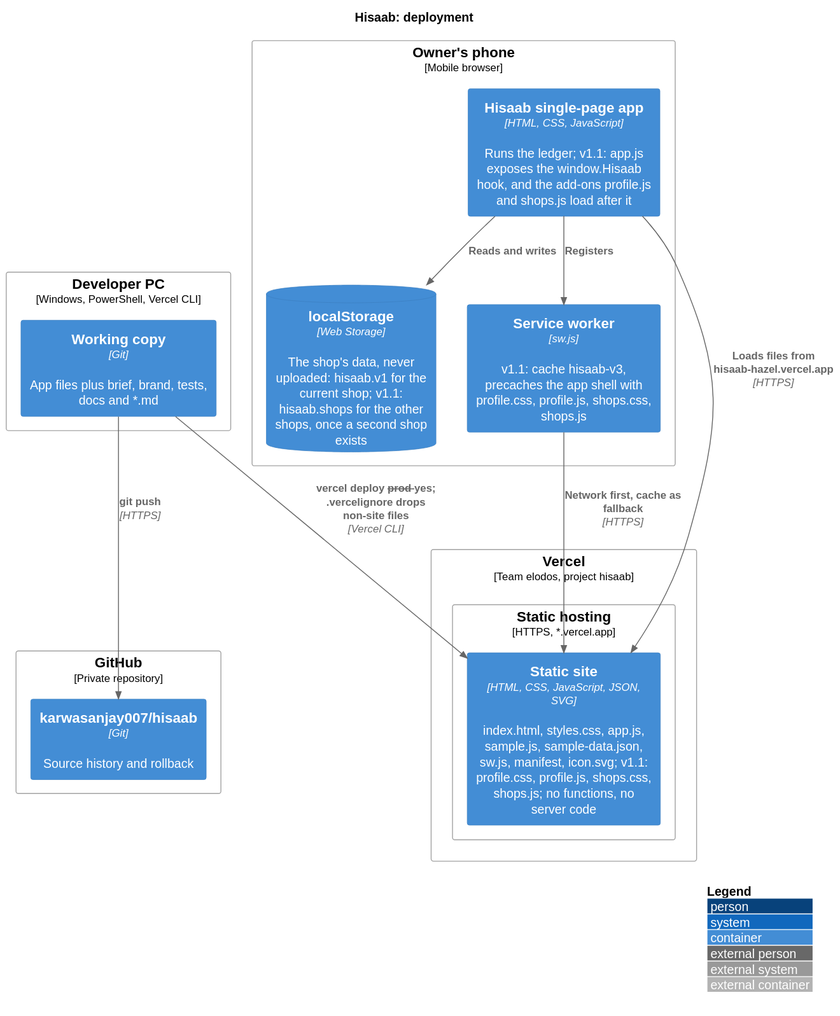
Before: docs/diagrams/deployment.svg, a diagram exported from PlantUML (karwasanjay007/hisaab-docs).
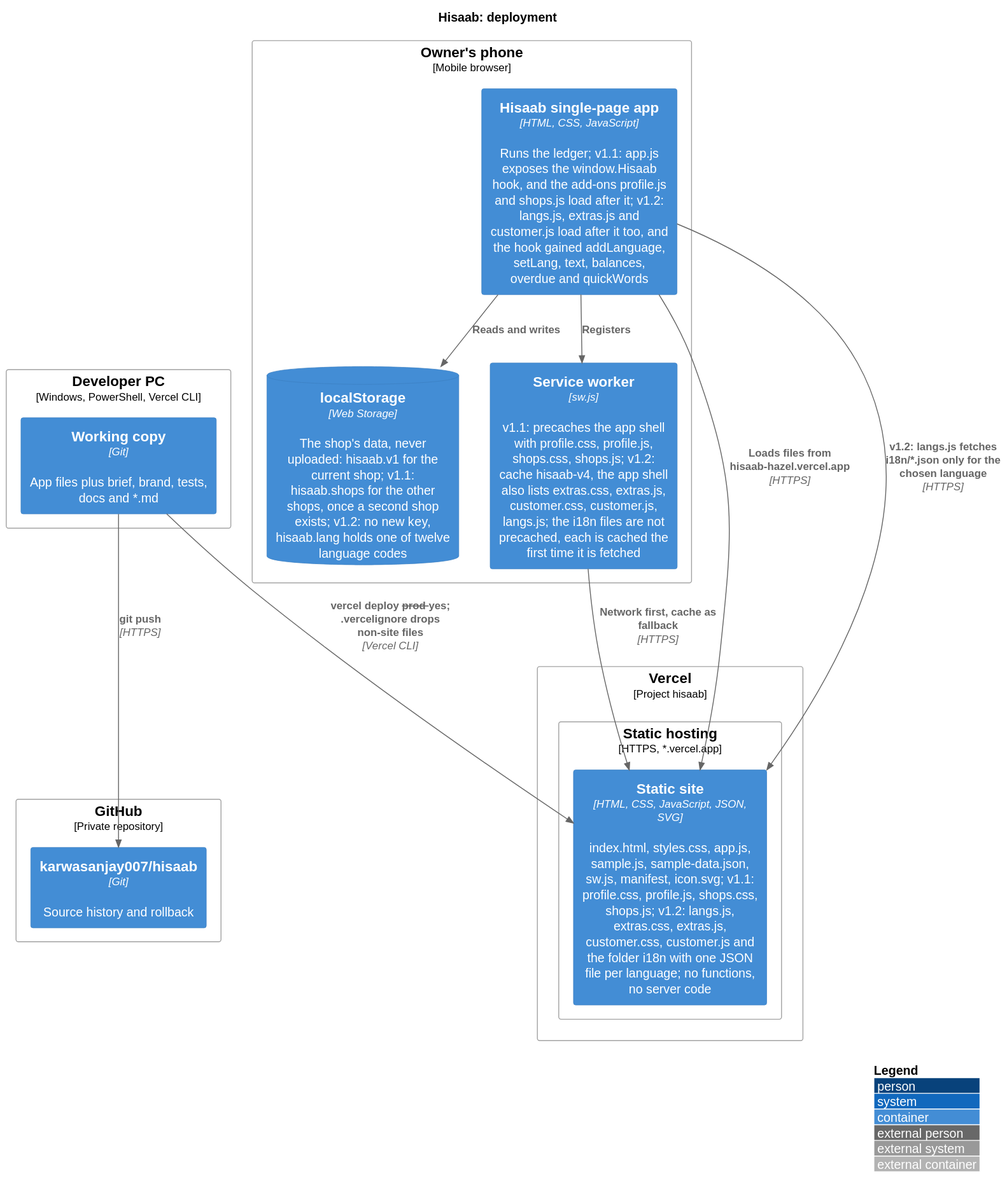
After the commit.

What changed in the source:
```diff
@@ -8,20 +8,21 @@
 Deployment_Node(gh, "GitHub", "Private repository") {
   Container(repo, "karwasanjay007/hisaab", "Git", "Source history and rollback")
 }
-Deployment_Node(vc, "Vercel", "Team elodos, project hisaab") {
+Deployment_Node(vc, "Vercel", "Project hisaab") {
   Deployment_Node(edge, "Static hosting", "HTTPS, *.vercel.app") {
-    Container(site, "Static site", "HTML, CSS, JavaScript, JSON, SVG", "index.html, styles.css, app.js, sample.js, sample-data.json, sw.js, manifest, icon.svg; v1.1: profile.css, profile.js, shops.css, shops.js; no functions, no server code")
+    Container(site, "Static site", "HTML, CSS, JavaScript, JSON, SVG", "index.html, styles.css, app.js, sample.js, sample-data.json, sw.js, manifest, icon.svg; v1.1: profile.css, profile.js, shops.css, shops.js; v1.2: langs.js, extras.css, extras.js, customer.css, customer.js and the folder i18n with one JSON file per language; no functions, no server code")
   }
 }
 Deployment_Node(phone, "Owner's phone", "Mobile browser") {
-  Container(app, "Hisaab single-page app", "HTML, CSS, JavaScript", "Runs the ledger; v1.1: app.js exposes the window.Hisaab hook, and the add-ons profile.js and shops.js load after it")
-  ContainerDb(store, "localStorage", "Web Storage", "The shop's data, never uploaded: hisaab.v1 for the current shop; v1.1: hisaab.shops for the other shops, once a second shop exists")
-  Container(swk, "Service worker", "sw.js", "v1.1: cache hisaab-v3, precaches the app shell with profile.css, profile.js, shops.css, shops.js")
+  Container(app, "Hisaab single-page app", "HTML, CSS, JavaScript", "Runs the ledger; v1.1: app.js exposes the window.Hisaab hook, and the add-ons profile.js and shops.js load after it; v1.2: langs.js, extras.js and customer.js load after it too, and the hook gained addLanguage, setLang, text, balances, overdue and quickWords")
+  ContainerDb(store, "localStorage", "Web Storage", "The shop's data, never uploaded: hisaab.v1 for the current shop; v1.1: hisaab.shops for the other shops, once a second shop exists; v1.2: no new key, hisaab.lang holds one of twelve language codes")
+  Container(swk, "Service worker", "sw.js", "v1.1: precaches the app shell with profile.css, profile.js, shops.css, shops.js; v1.2: cache hisaab-v4, the app shell also lists extras.css, extras.js, customer.css, customer.js, langs.js; the i18n files are not precached, each is cached the first time it is fetched")
 }
 
 Rel(src, repo, "git push", "HTTPS")
 Rel(src, site, "vercel deploy --prod --yes; .vercelignore drops non-site files", "Vercel CLI")
 Rel(app, site, "Loads files from hisaab-hazel.vercel.app", "HTTPS")
+Rel(app, site, "v1.2: langs.js fetches i18n/*.json only for the chosen language", "HTTPS")
 Rel(app, store, "Reads and writes")
 Rel(app, swk, "Registers")
 Rel(swk, site, "Network first, cache as fallback", "HTTPS")
```
